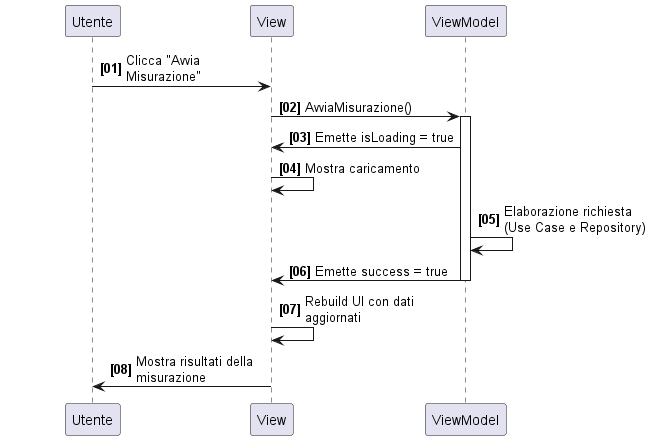
Above: images/state-management.png in Scafu/CS_thesis (PlantUML), before the change. Source of this version:
```plantuml
@startuml
skinparam maxMessageSize 150

skinparam ParticipantPadding 60
skinparam BoxPadding 30

autonumber "<b>[00]</b>"

participant "Utente" as U
participant "View" as V
participant "ViewModel" as VM

U -> V : Clicca "Avvia Misurazione"
V -> VM : AvviaMisurazione()

activate VM
VM -> V: Emette isLoading = true
V -> V: Mostra caricamento
VM -> VM: Elaborazione richiesta (Use Case e Repository)
VM -> V: Emette success = true
deactivate VM
V -> V: Rebuild UI con dati aggiornati
V -> U: Mostra risultati della misurazione

@enduml
```
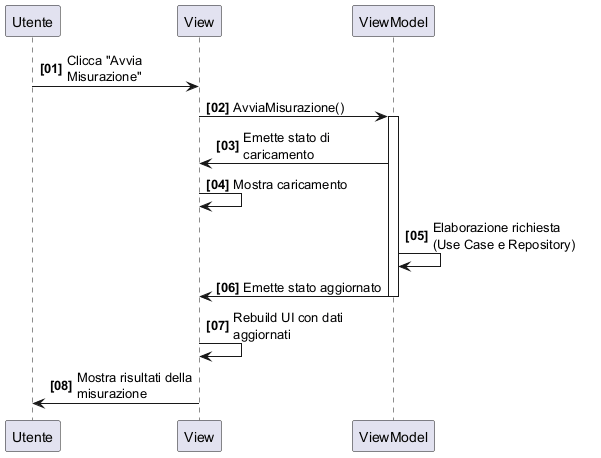
After the change.

What changed in the source:
```diff
@@ -1,7 +1,7 @@
 @startuml
 skinparam maxMessageSize 150
 
-skinparam ParticipantPadding 60
+
 skinparam BoxPadding 30
 
 autonumber "<b>[00]</b>"
@@ -14,12 +14,13 @@
 V -> VM : AvviaMisurazione()
 
 activate VM
-VM -> V: Emette isLoading = true
+VM -> V: Emette stato di caricamento
 V -> V: Mostra caricamento
 VM -> VM: Elaborazione richiesta (Use Case e Repository)
-VM -> V: Emette success = true
+VM -> V: Emette stato aggiornato
 deactivate VM
 V -> V: Rebuild UI con dati aggiornati
 V -> U: Mostra risultati della misurazione
 
+
 @enduml
```
